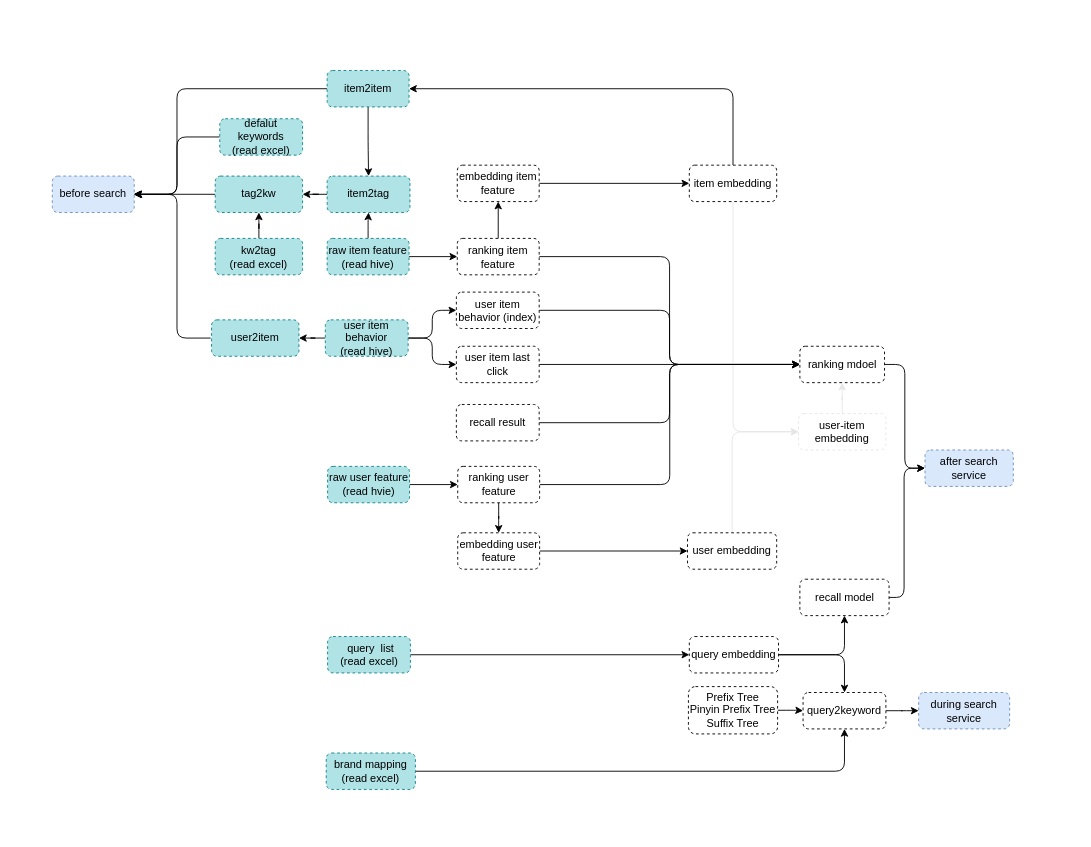
Before: page "Page-2" (2 of 2) of process_diagram.drawio in LunaXiong/Sokoban1.1, a draw.io diagram. Source tidied: cells renumbered, new cells numbered last; positions are measured from the earlier drawing's top-left corner, leaving out a move shared by most shapes. Both pictures are drawn from the tidied source at 91%, with x=0, y=0 at pixel (52, 70).
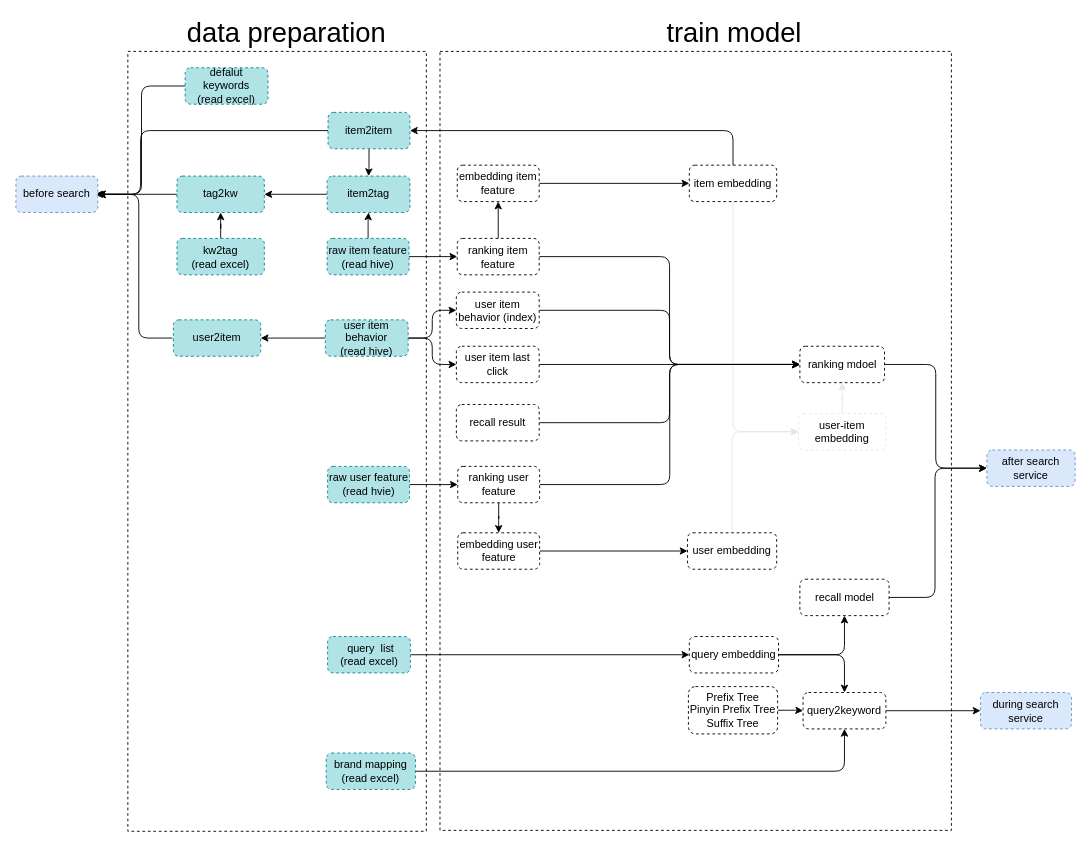
After the change.

The change refers to these unchanged cells:
```xml
<mxCell id="27" value="item embedding" style="whiteSpace=wrap;html=1;dashed=1;rounded=1;" parent="1" vertex="1">
  <mxGeometry x="700" y="104" width="96" height="40" as="geometry" />
</mxCell>
<mxCell id="51" value="recall model" style="whiteSpace=wrap;html=1;dashed=1;rounded=1;" parent="1" vertex="1">
  <mxGeometry x="821.5" y="559" width="98" height="40" as="geometry" />
</mxCell>
```

Diff of the diagram source:
```diff
@@
     <mxCell id="26" style="edgeStyle=orthogonalEdgeStyle;jettySize=auto;html=1;entryX=1;entryY=0.5;entryDx=0;entryDy=0;strokeColor=#000000;" parent="1" edge="1" source="27" target="60">
       <mxGeometry relative="1" as="geometry">
         <Array as="points">
-          <mxPoint x="748" y="20" />
+          <mxPoint x="748" y="66" />
         </Array>
       </mxGeometry>
     </mxCell>
@@
     <mxCell id="42" style="edgeStyle=orthogonalEdgeStyle;orthogonalLoop=1;jettySize=auto;html=1;entryX=1;entryY=0.5;entryDx=0;entryDy=0;strokeColor=#000000;" parent="1" edge="1">
       <mxGeometry relative="1" as="geometry">
-        <mxPoint x="174" y="294" as="sourcePoint" />
-        <mxPoint x="89" y="136" as="targetPoint" />
+        <mxPoint x="132" y="294" as="sourcePoint" />
+        <mxPoint x="47" y="136" as="targetPoint" />
         <Array as="points">
-          <mxPoint x="137" y="294" />
-          <mxPoint x="137" y="136" />
+          <mxPoint x="95" y="294" />
+          <mxPoint x="95" y="136" />
         </Array>
       </mxGeometry>
     </mxCell>
     <mxCell id="43" value="user2item" style="whiteSpace=wrap;html=1;dashed=1;fillColor=#b0e3e6;strokeColor=#0e8088;rounded=1;" parent="1" vertex="1">
-      <mxGeometry x="175" y="274" width="96" height="40" as="geometry" />
+      <mxGeometry x="133" y="274" width="96" height="40" as="geometry" />
     </mxCell>
@@
     <mxCell id="45" value="defalut keywords&lt;br&gt;(read excel)" style="whiteSpace=wrap;html=1;dashed=1;fillColor=#b0e3e6;strokeColor=#0e8088;rounded=1;" parent="1" vertex="1">
-      <mxGeometry x="184" y="53" width="91" height="40" as="geometry" />
+      <mxGeometry x="146" y="-3" width="91" height="40" as="geometry" />
     </mxCell>
@@
     <mxCell id="50" style="edgeStyle=orthogonalEdgeStyle;jettySize=auto;html=1;entryX=0;entryY=0.5;entryDx=0;entryDy=0;" parent="1" edge="1" source="51" target="57">
       <mxGeometry relative="1" as="geometry">
         <Array as="points">
-          <mxPoint x="936" y="579" />
-          <mxPoint x="936" y="437" />
+          <mxPoint x="970" y="579" />
+          <mxPoint x="970" y="437" />
         </Array>
       </mxGeometry>
     </mxCell>
@@
     <mxCell id="56" value="during search service" style="whiteSpace=wrap;html=1;dashed=1;fillColor=#dae8fc;strokeColor=#6c8ebf;rounded=1;" parent="1" vertex="1">
-      <mxGeometry x="952" y="683.5" width="100" height="40" as="geometry" />
+      <mxGeometry x="1020" y="683.5" width="100" height="40" as="geometry" />
     </mxCell>
     <mxCell id="57" value="after search service" style="whiteSpace=wrap;html=1;dashed=1;fillColor=#dae8fc;strokeColor=#6c8ebf;rounded=1;" parent="1" vertex="1">
-      <mxGeometry x="959" y="417" width="97" height="40" as="geometry" />
+      <mxGeometry x="1027" y="417" width="97" height="40" as="geometry" />
     </mxCell>
@@
     <mxCell id="59" style="edgeStyle=orthogonalEdgeStyle;jettySize=auto;html=1;entryX=1;entryY=0.5;entryDx=0;entryDy=0;strokeColor=#000000;" parent="1" edge="1" source="60" target="61">
       <mxGeometry relative="1" as="geometry">
         <Array as="points">
-          <mxPoint x="137" y="20" />
-          <mxPoint x="137" y="136" />
+          <mxPoint x="348" y="66" />
+          <mxPoint x="97" y="66" />
+          <mxPoint x="97" y="136" />
         </Array>
       </mxGeometry>
     </mxCell>
     <mxCell id="60" value="item2item" style="whiteSpace=wrap;html=1;dashed=1;fillColor=#b0e3e6;strokeColor=#0e8088;rounded=1;" parent="1" vertex="1">
-      <mxGeometry x="302" width="90" height="40" as="geometry" />
+      <mxGeometry x="303" y="46" width="90" height="40" as="geometry" />
     </mxCell>
     <mxCell id="61" value="before search" style="whiteSpace=wrap;html=1;dashed=1;fillColor=#dae8fc;strokeColor=#6c8ebf;rounded=1;" parent="1" vertex="1">
-      <mxGeometry y="116" width="90" height="40" as="geometry" />
+      <mxGeometry x="-40" y="116" width="90" height="40" as="geometry" />
     </mxCell>
@@
     <mxCell id="63" value="tag2kw" style="whiteSpace=wrap;html=1;dashed=1;fillColor=#b0e3e6;strokeColor=#0e8088;rounded=1;" parent="1" vertex="1">
-      <mxGeometry x="179" y="116" width="96" height="40" as="geometry" />
+      <mxGeometry x="137" y="116" width="96" height="40" as="geometry" />
     </mxCell>
@@
     <mxCell id="65" value="kw2tag &lt;br&gt;(read excel)" style="whiteSpace=wrap;html=1;dashed=1;fillColor=#b0e3e6;strokeColor=#0e8088;rounded=1;" parent="1" vertex="1">
-      <mxGeometry x="179" y="184.5" width="96" height="40" as="geometry" />
+      <mxGeometry x="137" y="184.5" width="96" height="40" as="geometry" />
     </mxCell>
+    <mxCell id="66" style="rounded=0;whiteSpace=wrap;html=1;dashed=1;fillColor=none;" parent="1" vertex="1">
+      <mxGeometry x="83" y="-21" width="328" height="857" as="geometry" />
+    </mxCell>
+    <mxCell id="67" style="rounded=0;whiteSpace=wrap;html=1;dashed=1;fillColor=none;" parent="1" vertex="1">
+      <mxGeometry x="426" y="-21" width="562" height="856" as="geometry" />
+    </mxCell>
+    <mxCell id="68" value="data preparation" style="text;html=1;strokeColor=none;fillColor=none;align=center;verticalAlign=middle;whiteSpace=wrap;rounded=0;dashed=1;fontSize=30;" parent="1" vertex="1">
+      <mxGeometry x="133" y="-52" width="249" height="20" as="geometry" />
+    </mxCell>
+    <mxCell id="69" value="train model" style="text;html=1;strokeColor=none;fillColor=none;align=center;verticalAlign=middle;whiteSpace=wrap;rounded=0;dashed=1;fontSize=30;" parent="1" vertex="1">
+      <mxGeometry x="666" y="-52" width="167" height="20" as="geometry" />
+    </mxCell>
```
